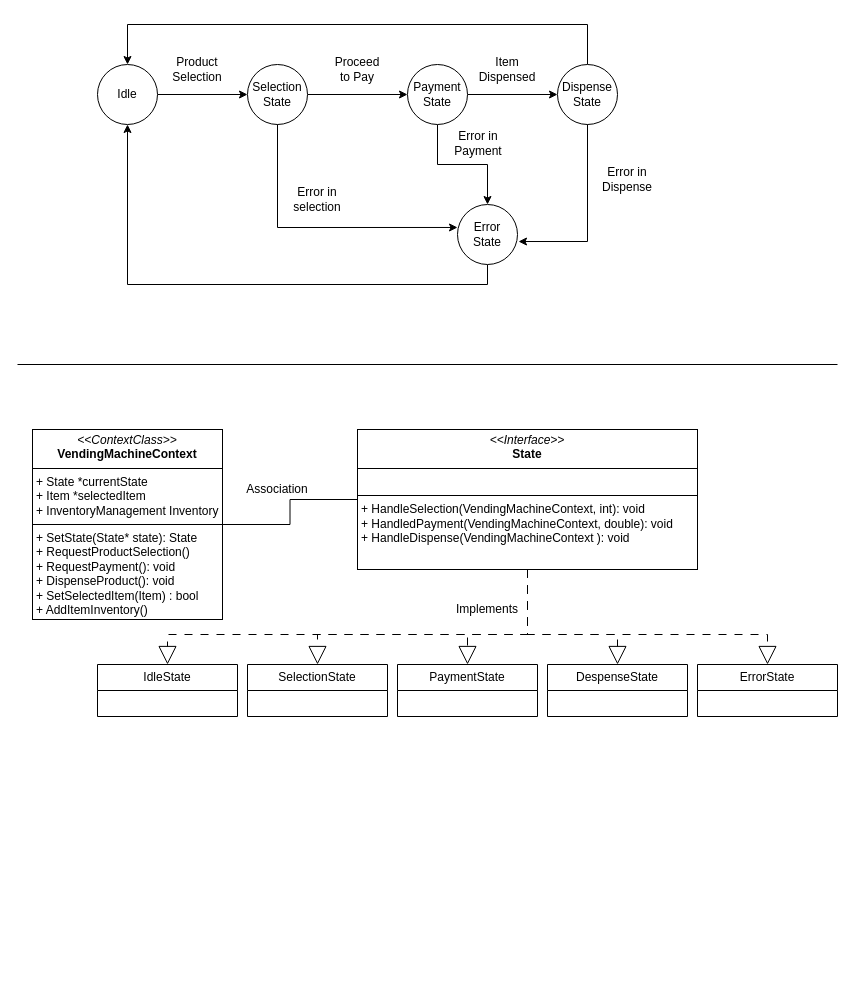
The draw.io diagram VendingMachine.drawio in arjitss/system-design-diagrams, before the edit. Source tidied: cells renumbered, new cells numbered last; positions are measured from the earlier drawing's top-left corner, leaving out a move shared by most shapes. Both pictures are drawn from the tidied source at 100%, with x=0, y=0 at pixel (17, 24).
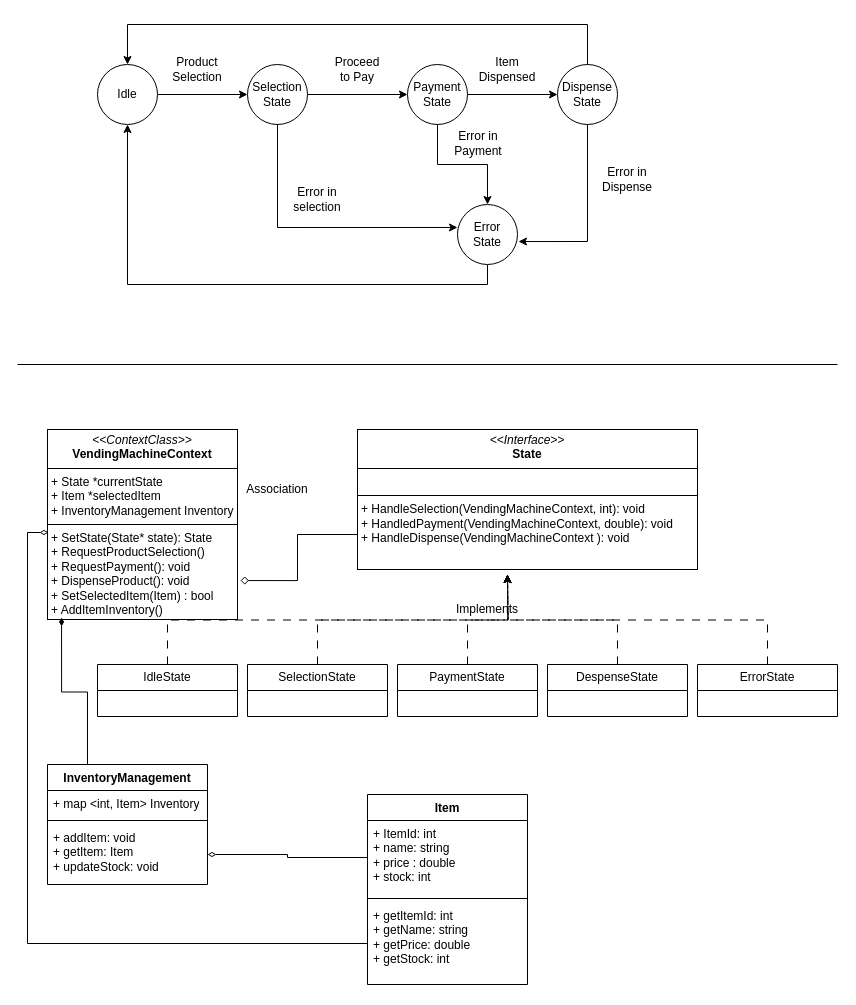
Above is the later version.

Unchanged cells that the change refers to:
```xml
<mxCell id="27" value="&lt;p style=&quot;margin:0px;margin-top:4px;text-align:center;&quot;&gt;&lt;i&gt;&amp;lt;&amp;lt;Interface&amp;gt;&amp;gt;&lt;/i&gt;&lt;br&gt;&lt;b&gt;State&lt;/b&gt;&lt;/p&gt;&lt;hr size=&quot;1&quot; style=&quot;border-style:solid;&quot;&gt;&lt;p style=&quot;margin:0px;margin-left:4px;&quot;&gt;&lt;br&gt;&lt;/p&gt;&lt;hr size=&quot;1&quot; style=&quot;border-style:solid;&quot;&gt;&lt;p style=&quot;margin:0px;margin-left:4px;&quot;&gt;+ HandleSelection(VendingMachineContext, int): void&lt;br&gt;+ HandledPayment(VendingMachineContext, double): void&lt;/p&gt;&lt;p style=&quot;margin:0px;margin-left:4px;&quot;&gt;+ HandleDispense(VendingMachineContext ): void&lt;/p&gt;" style="verticalAlign=top;align=left;overflow=fill;html=1;whiteSpace=wrap;" parent="1" vertex="1">
  <mxGeometry x="340" y="405" width="340" height="140" as="geometry" />
</mxCell>
<mxCell id="30" value="PaymentState" style="swimlane;fontStyle=0;horizontal=1;startSize=26;fillColor=none;whiteSpace=wrap;html=1;" parent="1" vertex="1">
  <mxGeometry x="380" y="640" width="140" height="52" as="geometry" />
</mxCell>
<mxCell id="31" value="IdleState" style="swimlane;fontStyle=0;horizontal=1;startSize=26;fillColor=none;whiteSpace=wrap;html=1;" parent="1" vertex="1">
  <mxGeometry x="80" y="640" width="140" height="52" as="geometry" />
</mxCell>
<mxCell id="32" value="SelectionState" style="swimlane;fontStyle=0;horizontal=1;startSize=26;fillColor=none;whiteSpace=wrap;html=1;" parent="1" vertex="1">
  <mxGeometry x="230" y="640" width="140" height="52" as="geometry" />
</mxCell>
<mxCell id="33" value="DespenseState" style="swimlane;fontStyle=0;horizontal=1;startSize=26;fillColor=none;whiteSpace=wrap;html=1;" parent="1" vertex="1">
  <mxGeometry x="530" y="640" width="140" height="52" as="geometry" />
</mxCell>
<mxCell id="34" value="ErrorState" style="swimlane;fontStyle=0;horizontal=1;startSize=26;fillColor=none;whiteSpace=wrap;html=1;" parent="1" vertex="1">
  <mxGeometry x="680" y="640" width="140" height="52" as="geometry" />
</mxCell>
```

What changed in the source:
```diff
@@
-    <mxCell id="22" style="endArrow=block;endSize=16;endFill=0;html=1;rounded=0;dashed=1;dashPattern=8 8;" parent="1" edge="1" source="27" target="31">
-      <mxGeometry relative="1" as="geometry">
-        <Array as="points">
-          <mxPoint x="510" y="610" />
-          <mxPoint x="150" y="610" />
-        </Array>
-      </mxGeometry>
-    </mxCell>
-    <mxCell id="23" style="endArrow=block;endSize=16;endFill=0;html=1;rounded=0;dashed=1;dashPattern=8 8;" parent="1" edge="1" source="27" target="32">
-      <mxGeometry relative="1" as="geometry">
-        <Array as="points">
-          <mxPoint x="510" y="610" />
-          <mxPoint x="300" y="610" />
-        </Array>
-      </mxGeometry>
-    </mxCell>
-    <mxCell id="24" style="endArrow=block;endSize=16;endFill=0;html=1;rounded=0;dashed=1;dashPattern=8 8;" parent="1" edge="1" source="27" target="30">
-      <mxGeometry relative="1" as="geometry">
-        <Array as="points">
-          <mxPoint x="510" y="610" />
-          <mxPoint x="450" y="610" />
-        </Array>
-      </mxGeometry>
-    </mxCell>
-    <mxCell id="25" style="endArrow=block;endSize=16;endFill=0;html=1;rounded=0;dashed=1;dashPattern=8 8;" parent="1" edge="1" source="27" target="33">
-      <mxGeometry relative="1" as="geometry">
-        <Array as="points">
-          <mxPoint x="510" y="610" />
-          <mxPoint x="600" y="610" />
-        </Array>
-      </mxGeometry>
-    </mxCell>
-    <mxCell id="26" style="endArrow=block;endSize=16;endFill=0;html=1;rounded=0;dashed=1;dashPattern=8 8;" parent="1" edge="1" source="27" target="34">
-      <mxGeometry relative="1" as="geometry">
-        <Array as="points">
-          <mxPoint x="510" y="610" />
-          <mxPoint x="750" y="610" />
-        </Array>
-      </mxGeometry>
-    </mxCell>
@@
-    <mxCell id="28" style="edgeStyle=orthogonalEdgeStyle;rounded=0;jettySize=auto;html=1;exitX=1;exitY=0.5;exitDx=0;exitDy=0;endArrow=none;endFill=0;" parent="1" edge="1" source="29" target="27">
-      <mxGeometry relative="1" as="geometry" />
-    </mxCell>
     <mxCell id="29" value="&lt;p style=&quot;margin:0px;margin-top:4px;text-align:center;&quot;&gt;&lt;i&gt;&amp;lt;&amp;lt;ContextClass&amp;gt;&amp;gt;&lt;/i&gt;&lt;br&gt;&lt;b&gt;VendingMachineContext&lt;/b&gt;&lt;/p&gt;&lt;hr size=&quot;1&quot; style=&quot;border-style:solid;&quot;&gt;&lt;p style=&quot;margin:0px;margin-left:4px;&quot;&gt;+ State *currentState&lt;/p&gt;&lt;p style=&quot;margin:0px;margin-left:4px;&quot;&gt;+ Item *selectedItem&lt;/p&gt;&lt;p style=&quot;margin:0px;margin-left:4px;&quot;&gt;+ InventoryManagement Inventory&lt;/p&gt;&lt;hr size=&quot;1&quot; style=&quot;border-style:solid;&quot;&gt;&lt;p style=&quot;margin:0px;margin-left:4px;&quot;&gt;+ SetState(State* state): State&lt;/p&gt;&lt;p style=&quot;margin:0px;margin-left:4px;&quot;&gt;+ RequestProductSelection()&lt;/p&gt;&lt;p style=&quot;margin:0px;margin-left:4px;&quot;&gt;+ RequestPayment(): void&lt;/p&gt;&lt;p style=&quot;margin:0px;margin-left:4px;&quot;&gt;+ DispenseProduct(): void&lt;/p&gt;&lt;p style=&quot;margin:0px;margin-left:4px;&quot;&gt;+ SetSelectedItem(Item) : bool&lt;/p&gt;&lt;p style=&quot;margin:0px;margin-left:4px;&quot;&gt;+ AddItemInventory()&lt;/p&gt;" style="verticalAlign=top;align=left;overflow=fill;html=1;whiteSpace=wrap;" parent="1" vertex="1">
-      <mxGeometry x="15" y="405" width="190" height="190" as="geometry" />
+      <mxGeometry x="30" y="405" width="190" height="190" as="geometry" />
     </mxCell>
+    <mxCell id="37" style="edgeStyle=orthogonalEdgeStyle;rounded=0;jettySize=auto;html=1;exitX=0.5;exitY=0;exitDx=0;exitDy=0;dashed=1;dashPattern=8 8;" parent="1" edge="1" source="30">
+      <mxGeometry relative="1" as="geometry">
+        <mxPoint x="490" y="550" as="targetPoint" />
+      </mxGeometry>
+    </mxCell>
@@
+    <mxCell id="38" style="edgeStyle=orthogonalEdgeStyle;rounded=0;jettySize=auto;html=1;exitX=0.5;exitY=0;exitDx=0;exitDy=0;dashed=1;dashPattern=8 8;" parent="1" edge="1" source="31">
+      <mxGeometry relative="1" as="geometry">
+        <mxPoint x="490" y="550" as="targetPoint" />
+      </mxGeometry>
+    </mxCell>
@@
+    <mxCell id="39" style="edgeStyle=orthogonalEdgeStyle;rounded=0;jettySize=auto;html=1;exitX=0.5;exitY=0;exitDx=0;exitDy=0;dashed=1;dashPattern=8 8;" parent="1" edge="1" source="32">
+      <mxGeometry relative="1" as="geometry">
+        <mxPoint x="490" y="550" as="targetPoint" />
+      </mxGeometry>
+    </mxCell>
@@
+    <mxCell id="40" style="edgeStyle=orthogonalEdgeStyle;rounded=0;jettySize=auto;html=1;exitX=0.5;exitY=0;exitDx=0;exitDy=0;dashed=1;dashPattern=8 8;" parent="1" edge="1" source="33">
+      <mxGeometry relative="1" as="geometry">
+        <mxPoint x="490" y="550" as="targetPoint" />
+      </mxGeometry>
+    </mxCell>
@@
+    <mxCell id="41" style="edgeStyle=orthogonalEdgeStyle;rounded=0;jettySize=auto;html=1;exitX=0.5;exitY=0;exitDx=0;exitDy=0;dashed=1;dashPattern=8 8;" parent="1" edge="1" source="34">
+      <mxGeometry relative="1" as="geometry">
+        <mxPoint x="490" y="550" as="targetPoint" />
+      </mxGeometry>
+    </mxCell>
@@
+    <mxCell id="42" value="InventoryManagement" style="swimlane;fontStyle=1;align=center;verticalAlign=top;horizontal=1;startSize=26;whiteSpace=wrap;html=1;" parent="1" vertex="1">
+      <mxGeometry x="30" y="740" width="160" height="120" as="geometry" />
+    </mxCell>
+    <mxCell id="43" value="+ map &amp;lt;int, Item&amp;gt; Inventory" style="text;strokeColor=none;fillColor=none;align=left;verticalAlign=top;spacingLeft=4;spacingRight=4;overflow=hidden;whiteSpace=wrap;html=1;" parent="42" vertex="1">
+      <mxGeometry y="26" width="160" height="26" as="geometry" />
+    </mxCell>
+    <mxCell id="44" style="line;strokeWidth=1;fillColor=none;align=left;verticalAlign=middle;spacingTop=-1;spacingLeft=3;spacingRight=3;labelPosition=right;strokeColor=inherit;" parent="42" vertex="1">
+      <mxGeometry y="52" width="160" height="8" as="geometry" />
+    </mxCell>
+    <mxCell id="45" value="+ addItem: void&lt;div&gt;+ getItem: Item&lt;/div&gt;&lt;div&gt;+ updateStock: void&lt;/div&gt;" style="text;strokeColor=none;fillColor=none;align=left;verticalAlign=top;spacingLeft=4;spacingRight=4;overflow=hidden;points=[[0,0.5],[1,0.5]];portConstraint=eastwest;whiteSpace=wrap;html=1;" parent="42" vertex="1">
+      <mxGeometry y="60" width="160" height="60" as="geometry" />
+    </mxCell>
+    <mxCell id="46" value="Item" style="swimlane;fontStyle=1;align=center;verticalAlign=top;horizontal=1;startSize=26;whiteSpace=wrap;html=1;" parent="1" vertex="1">
+      <mxGeometry x="350" y="770" width="160" height="190" as="geometry" />
+    </mxCell>
+    <mxCell id="47" value="+ ItemId: int&lt;div&gt;+ name: string&lt;/div&gt;&lt;div&gt;+ price : double&lt;/div&gt;&lt;div&gt;+ stock: int&lt;/div&gt;" style="text;strokeColor=none;fillColor=none;align=left;verticalAlign=top;spacingLeft=4;spacingRight=4;overflow=hidden;points=[[0,0.5],[1,0.5]];portConstraint=eastwest;whiteSpace=wrap;html=1;" parent="46" vertex="1">
+      <mxGeometry y="26" width="160" height="74" as="geometry" />
+    </mxCell>
+    <mxCell id="48" style="line;strokeWidth=1;fillColor=none;align=left;verticalAlign=middle;spacingTop=-1;spacingLeft=3;spacingRight=3;labelPosition=right;strokeColor=inherit;" parent="46" vertex="1">
+      <mxGeometry y="100" width="160" height="8" as="geometry" />
+    </mxCell>
+    <mxCell id="49" value="+ getItemId: int&lt;div&gt;+ getName: string&lt;/div&gt;&lt;div&gt;+ getPrice: double&lt;/div&gt;&lt;div&gt;+ getStock: int&lt;/div&gt;" style="text;strokeColor=none;fillColor=none;align=left;verticalAlign=top;spacingLeft=4;spacingRight=4;overflow=hidden;points=[[0,0.5],[1,0.5]];portConstraint=eastwest;whiteSpace=wrap;html=1;" parent="46" vertex="1">
+      <mxGeometry y="108" width="160" height="82" as="geometry" />
+    </mxCell>
+    <mxCell id="50" style="edgeStyle=orthogonalEdgeStyle;rounded=0;jettySize=auto;html=1;exitX=0;exitY=0.5;exitDx=0;exitDy=0;entryX=0.005;entryY=0.542;entryDx=0;entryDy=0;entryPerimeter=0;endArrow=diamondThin;endFill=0;" parent="1" edge="1" source="49" target="29">
+      <mxGeometry relative="1" as="geometry" />
+    </mxCell>
+    <mxCell id="51" style="edgeStyle=orthogonalEdgeStyle;rounded=0;jettySize=auto;html=1;exitX=0.25;exitY=0;exitDx=0;exitDy=0;entryX=0.074;entryY=0.989;entryDx=0;entryDy=0;entryPerimeter=0;endArrow=diamondThin;endFill=1;" parent="1" edge="1" source="42" target="29">
+      <mxGeometry relative="1" as="geometry" />
+    </mxCell>
+    <mxCell id="52" style="edgeStyle=orthogonalEdgeStyle;rounded=0;jettySize=auto;html=1;exitX=0;exitY=0.5;exitDx=0;exitDy=0;endArrow=diamondThin;endFill=0;" parent="1" edge="1" source="47" target="45">
+      <mxGeometry relative="1" as="geometry" />
+    </mxCell>
+    <mxCell id="53" style="edgeStyle=orthogonalEdgeStyle;rounded=0;jettySize=auto;html=1;exitX=0;exitY=0.75;exitDx=0;exitDy=0;entryX=1.016;entryY=0.795;entryDx=0;entryDy=0;entryPerimeter=0;endArrow=diamond;endFill=0;" parent="1" edge="1" source="27" target="29">
+      <mxGeometry relative="1" as="geometry" />
+    </mxCell>
```
